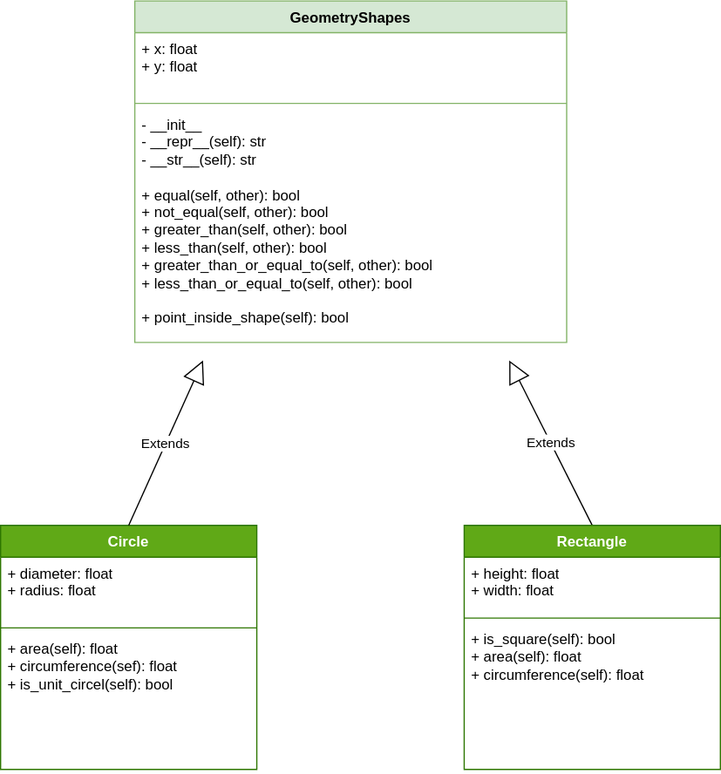
Above: Labs/Lab3/Doc/UML_lab_3.drawio.svg in DeerBay/Python-Julia-Sjoholm (draw.io), before the change. Source tidied: cells renumbered, new cells last; positions are measured from the earlier drawing's top-left corner, leaving out a move shared by most shapes.
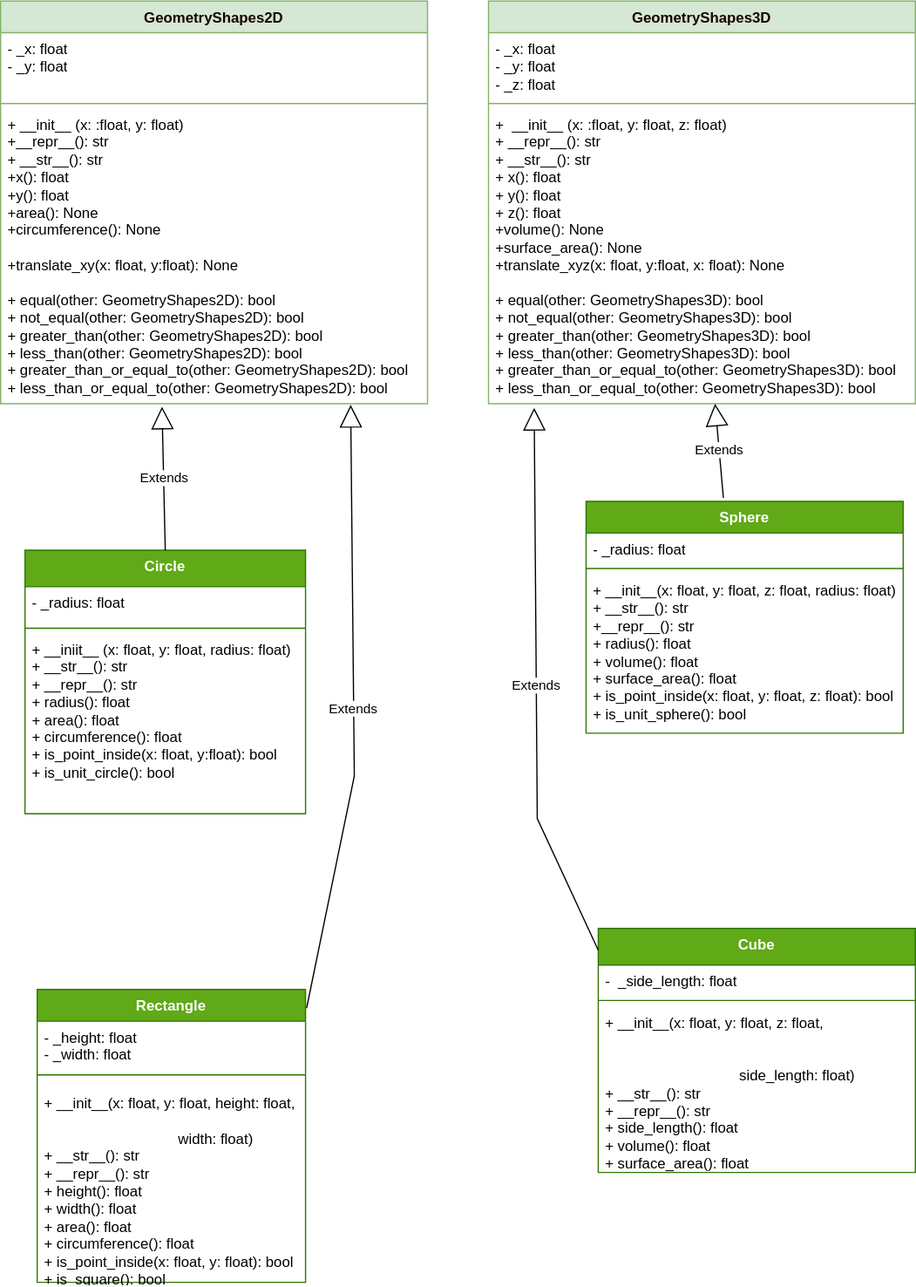
After the commit.

Commit message:
uppdate UML

What changed in the source:
```diff
@@ -2,47 +2,97 @@
   <root>
     <mxCell id="0" />
     <mxCell id="1" parent="0" />
-    <mxCell id="2" value="GeometryShapes" style="swimlane;fontStyle=1;align=center;verticalAlign=top;horizontal=1;startSize=26;whiteSpace=wrap;html=1;fillColor=#d5e8d4;strokeColor=#82b366;" parent="1" vertex="1">
-      <mxGeometry x="110" width="354" height="280" as="geometry" />
+    <mxCell id="2" value="&lt;font color=&quot;#180202&quot;&gt;GeometryShapes2D&lt;/font&gt;" style="swimlane;fontStyle=1;align=center;verticalAlign=top;horizontal=1;startSize=26;whiteSpace=wrap;html=1;fillColor=#d5e8d4;strokeColor=#82b366;" parent="1" vertex="1">
+      <mxGeometry x="-60" y="-10" width="350" height="330" as="geometry" />
     </mxCell>
-    <mxCell id="3" value="+ x: float&lt;br&gt;+ y: float&lt;br&gt;&lt;br&gt;-&amp;nbsp;" style="text;strokeColor=none;fillColor=none;align=left;verticalAlign=top;spacingLeft=4;spacingRight=4;overflow=hidden;whiteSpace=wrap;html=1;" parent="2" vertex="1">
-      <mxGeometry y="26" width="354" height="54" as="geometry" />
+    <mxCell id="3" value="- _x: float&lt;br&gt;- _y: float&lt;br&gt;&lt;br&gt;-&amp;nbsp;" style="text;strokeColor=none;fillColor=none;align=left;verticalAlign=top;spacingLeft=4;spacingRight=4;overflow=hidden;whiteSpace=wrap;html=1;" parent="2" vertex="1">
+      <mxGeometry y="26" width="350" height="54" as="geometry" />
     </mxCell>
     <mxCell id="4" style="line;strokeWidth=1;fillColor=none;align=left;verticalAlign=middle;spacingTop=-1;spacingLeft=3;spacingRight=3;labelPosition=right;strokeColor=inherit;" parent="2" vertex="1">
-      <mxGeometry y="80" width="354" height="8" as="geometry" />
+      <mxGeometry y="80" width="350" height="8" as="geometry" />
     </mxCell>
-    <mxCell id="5" value="- __init__&lt;br&gt;- __repr__(self): str&lt;br&gt;- __str__(self): str&lt;br&gt;&lt;br&gt;+ equal(self, other): bool&lt;br&gt;+ not_equal(self, other): bool&lt;br&gt;+ greater_than(self, other): bool&lt;br&gt;+ less_than(self, other): bool&lt;br&gt;+ greater_than_or_equal_to(self, other): bool&lt;br&gt;+ less_than_or_equal_to(self, other): bool&lt;br&gt;&lt;br&gt;+ point_inside_shape(self): bool" style="text;strokeColor=none;fillColor=none;align=left;verticalAlign=top;spacingLeft=4;spacingRight=4;overflow=hidden;points=[[0,0.5],[1,0.5]];portConstraint=eastwest;whiteSpace=wrap;html=1;" parent="2" vertex="1">
-      <mxGeometry y="88" width="354" height="192" as="geometry" />
+    <mxCell id="5" value="+ __init__ (x: :float, y: float)&lt;br&gt;+__repr__(): str&lt;br&gt;+ __str__(): str&lt;br&gt;+x(): float&lt;br&gt;+y(): float&lt;br&gt;+area(): None&lt;br&gt;+circumference(): None&lt;br&gt;&lt;br&gt;+translate_xy(x: float, y:float): None&amp;nbsp;&lt;br&gt;&lt;br&gt;+ equal(other: GeometryShapes2D): bool&lt;br&gt;+ not_equal(other: GeometryShapes2D): bool&lt;br&gt;+ greater_than(other: GeometryShapes2D): bool&lt;br&gt;+ less_than(other: GeometryShapes2D): bool&lt;br&gt;+ greater_than_or_equal_to(other: GeometryShapes2D): bool&lt;br&gt;+ less_than_or_equal_to(other: GeometryShapes2D): bool" style="text;strokeColor=none;fillColor=none;align=left;verticalAlign=top;spacingLeft=4;spacingRight=4;overflow=hidden;points=[[0,0.5],[1,0.5]];portConstraint=eastwest;whiteSpace=wrap;html=1;" parent="2" vertex="1">
+      <mxGeometry y="88" width="350" height="242" as="geometry" />
     </mxCell>
-    <mxCell id="6" value="Circle" style="swimlane;fontStyle=1;align=center;verticalAlign=top;horizontal=1;startSize=26;whiteSpace=wrap;html=1;fillColor=#60a917;strokeColor=#2D7600;fontColor=#ffffff;" parent="1" vertex="1">
-      <mxGeometry y="430" width="210" height="200" as="geometry" />
+    <mxCell id="6" value="Circle" style="swimlane;fontStyle=1;align=center;verticalAlign=top;horizontal=1;startSize=30;whiteSpace=wrap;html=1;fillColor=#60a917;strokeColor=#2D7600;fontColor=#ffffff;" parent="1" vertex="1">
+      <mxGeometry x="-40" y="440" width="230" height="216" as="geometry" />
     </mxCell>
-    <mxCell id="7" value="+ diameter: float&lt;br&gt;+ radius: float" style="text;strokeColor=none;fillColor=none;align=left;verticalAlign=top;spacingLeft=4;spacingRight=4;overflow=hidden;whiteSpace=wrap;html=1;" parent="6" vertex="1">
-      <mxGeometry y="26" width="210" height="54" as="geometry" />
+    <mxCell id="7" value="&amp;nbsp;- _radius: float" style="text;strokeColor=none;fillColor=none;align=left;verticalAlign=top;spacingLeft=4;spacingRight=4;overflow=hidden;whiteSpace=wrap;html=1;" parent="6" vertex="1">
+      <mxGeometry y="30" width="230" height="30" as="geometry" />
     </mxCell>
     <mxCell id="8" style="line;strokeWidth=1;fillColor=none;align=left;verticalAlign=middle;spacingTop=-1;spacingLeft=3;spacingRight=3;labelPosition=right;strokeColor=inherit;" parent="6" vertex="1">
-      <mxGeometry y="80" width="210" height="8" as="geometry" />
+      <mxGeometry y="60" width="230" height="8" as="geometry" />
     </mxCell>
-    <mxCell id="9" value="+ area(self): float&lt;br&gt;+&amp;nbsp;circumference(sef): float&lt;br&gt;+ is_unit_circel(self): bool" style="text;strokeColor=none;fillColor=none;align=left;verticalAlign=top;spacingLeft=4;spacingRight=4;overflow=hidden;whiteSpace=wrap;html=1;" parent="6" vertex="1">
-      <mxGeometry y="88" width="210" height="112" as="geometry" />
+    <mxCell id="9" value="+ __iniit__ (x: float, y: float, radius: float)&lt;br&gt;+ __str__(): str&lt;br&gt;+ __repr__(): str&lt;br&gt;+ radius(): float&lt;br&gt;+ area(): float&lt;br&gt;+ circumference(): float&lt;br&gt;+ is_point_inside(x: float, y:float): bool&lt;br&gt;+ is_unit_circle(): bool" style="text;strokeColor=none;fillColor=none;align=left;verticalAlign=top;spacingLeft=4;spacingRight=4;overflow=hidden;whiteSpace=wrap;html=1;" parent="6" vertex="1">
+      <mxGeometry y="68" width="230" height="148" as="geometry" />
     </mxCell>
-    <mxCell id="10" value="Extends" style="endArrow=block;endSize=16;endFill=0;html=1;rounded=0;exitX=0.5;exitY=0;exitDx=0;exitDy=0;entryX=0.158;entryY=1.077;entryDx=0;entryDy=0;entryPerimeter=0;" parent="1" edge="1" source="6" target="5">
-      <mxGeometry relative="1" as="geometry" />
-    </mxCell>
-    <mxCell id="11" value="Extends" style="endArrow=block;endSize=16;endFill=0;html=1;rounded=0;exitX=0.5;exitY=0;exitDx=0;exitDy=0;entryX=0.867;entryY=1.077;entryDx=0;entryDy=0;entryPerimeter=0;" parent="1" edge="1" source="12" target="5">
-      <mxGeometry relative="1" as="geometry" />
+    <mxCell id="11" value="Extends" style="endArrow=block;endSize=16;endFill=0;html=1;rounded=0;exitX=1.004;exitY=0.064;exitDx=0;exitDy=0;exitPerimeter=0;entryX=0.82;entryY=1.004;entryDx=0;entryDy=0;entryPerimeter=0;" parent="1" edge="1" source="12" target="5">
+      <mxGeometry relative="1" as="geometry">
+        <Array as="points">
+          <mxPoint x="230" y="625" />
+        </Array>
+      </mxGeometry>
     </mxCell>
     <mxCell id="12" value="Rectangle" style="swimlane;fontStyle=1;align=center;verticalAlign=top;horizontal=1;startSize=26;whiteSpace=wrap;html=1;fillColor=#60a917;strokeColor=#2D7600;fontColor=#ffffff;" parent="1" vertex="1">
-      <mxGeometry x="380" y="430" width="210" height="200" as="geometry" />
+      <mxGeometry x="-30" y="800" width="220" height="240" as="geometry" />
     </mxCell>
-    <mxCell id="13" value="+ height: float&lt;br&gt;+ width: float" style="text;strokeColor=none;fillColor=none;align=left;verticalAlign=top;spacingLeft=4;spacingRight=4;overflow=hidden;whiteSpace=wrap;html=1;" parent="12" vertex="1">
-      <mxGeometry y="26" width="210" height="46" as="geometry" />
+    <mxCell id="13" value="- _height: float&lt;br&gt;- _width: float" style="text;strokeColor=none;fillColor=none;align=left;verticalAlign=top;spacingLeft=4;spacingRight=4;overflow=hidden;whiteSpace=wrap;html=1;" parent="12" vertex="1">
+      <mxGeometry y="26" width="220" height="34" as="geometry" />
     </mxCell>
     <mxCell id="14" style="line;strokeWidth=1;fillColor=none;align=left;verticalAlign=middle;spacingTop=-1;spacingLeft=3;spacingRight=3;labelPosition=right;strokeColor=inherit;" parent="12" vertex="1">
-      <mxGeometry y="72" width="210" height="8" as="geometry" />
+      <mxGeometry y="60" width="220" height="20" as="geometry" />
     </mxCell>
-    <mxCell id="15" value="+ is_square(self): bool&lt;br&gt;+ area(self): float&lt;br style=&quot;border-color: var(--border-color);&quot;&gt;+&amp;nbsp;circumference(self): float" style="text;strokeColor=none;fillColor=none;align=left;verticalAlign=top;spacingLeft=4;spacingRight=4;overflow=hidden;whiteSpace=wrap;html=1;" parent="12" vertex="1">
-      <mxGeometry y="80" width="210" height="120" as="geometry" />
+    <mxCell id="15" value="+ __init__(x: float, y: float, height: float, &lt;span style=&quot;white-space: pre;&quot;&gt;&#9;&lt;/span&gt;&lt;span style=&quot;white-space: pre;&quot;&gt;&#9;&lt;/span&gt;width: float)&lt;br&gt;+ __str__(): str&lt;br&gt;+ __repr__(): str&lt;br&gt;+ height(): float&lt;br&gt;+ width(): float&lt;br&gt;+ area(): float&lt;br&gt;+ circumference(): float&lt;br&gt;+ is_point_inside(x: float, y: float): bool&lt;br&gt;+ is_square(): bool&lt;br&gt;" style="text;strokeColor=none;fillColor=none;align=left;verticalAlign=top;spacingLeft=4;spacingRight=4;overflow=hidden;whiteSpace=wrap;html=1;" parent="12" vertex="1">
+      <mxGeometry y="80" width="220" height="160" as="geometry" />
     </mxCell>
+    <mxCell id="16" value="&lt;font color=&quot;#180202&quot;&gt;GeometryShapes3D&lt;/font&gt;" style="swimlane;fontStyle=1;align=center;verticalAlign=top;horizontal=1;startSize=26;whiteSpace=wrap;html=1;fillColor=#d5e8d4;strokeColor=#82b366;" parent="1" vertex="1">
+      <mxGeometry x="340" y="-10" width="350" height="330" as="geometry" />
+    </mxCell>
+    <mxCell id="17" value="- _x: float&lt;br&gt;- _y: float&lt;br&gt;- _z: float&lt;br&gt;&lt;br&gt;-&amp;nbsp;" style="text;strokeColor=none;fillColor=none;align=left;verticalAlign=top;spacingLeft=4;spacingRight=4;overflow=hidden;whiteSpace=wrap;html=1;" parent="16" vertex="1">
+      <mxGeometry y="26" width="350" height="54" as="geometry" />
+    </mxCell>
+    <mxCell id="18" style="line;strokeWidth=1;fillColor=none;align=left;verticalAlign=middle;spacingTop=-1;spacingLeft=3;spacingRight=3;labelPosition=right;strokeColor=inherit;" parent="16" vertex="1">
+      <mxGeometry y="80" width="350" height="8" as="geometry" />
+    </mxCell>
+    <mxCell id="19" value="+&amp;nbsp; __init__ (x: :float, y: float, z: float)&lt;br&gt;+ __repr__(): str&lt;br&gt;+ __str__(): str&lt;br&gt;+ x(): float&lt;br&gt;+ y(): float&lt;br&gt;+ z(): float&lt;br&gt;+volume(): None&lt;br&gt;+surface_area(): None&lt;br&gt;+translate_xyz(x: float, y:float, x: float): None&amp;nbsp;&lt;br&gt;&lt;br&gt;+ equal(other: GeometryShapes3D): bool&lt;br&gt;+ not_equal(other: GeometryShapes3D): bool&lt;br&gt;+ greater_than(other: GeometryShapes3D): bool&lt;br&gt;+ less_than(other: GeometryShapes3D): bool&lt;br&gt;+ greater_than_or_equal_to(other: GeometryShapes3D): bool&lt;br&gt;+ less_than_or_equal_to(other: GeometryShapes3D): bool" style="text;strokeColor=none;fillColor=none;align=left;verticalAlign=top;spacingLeft=4;spacingRight=4;overflow=hidden;points=[[0,0.5],[1,0.5]];portConstraint=eastwest;whiteSpace=wrap;html=1;" parent="16" vertex="1">
+      <mxGeometry y="88" width="350" height="242" as="geometry" />
+    </mxCell>
+    <mxCell id="20" value="Sphere" style="swimlane;fontStyle=1;align=center;verticalAlign=top;horizontal=1;startSize=26;whiteSpace=wrap;html=1;fillColor=#60a917;strokeColor=#2D7600;fontColor=#ffffff;" parent="1" vertex="1">
+      <mxGeometry x="420" y="400" width="260" height="190" as="geometry" />
+    </mxCell>
+    <mxCell id="21" value="- _radius: float" style="text;strokeColor=none;fillColor=none;align=left;verticalAlign=top;spacingLeft=4;spacingRight=4;overflow=hidden;whiteSpace=wrap;html=1;" parent="20" vertex="1">
+      <mxGeometry y="26" width="260" height="24" as="geometry" />
+    </mxCell>
+    <mxCell id="22" style="line;strokeWidth=1;fillColor=none;align=left;verticalAlign=middle;spacingTop=-1;spacingLeft=3;spacingRight=3;labelPosition=right;strokeColor=inherit;" parent="20" vertex="1">
+      <mxGeometry y="50" width="260" height="10" as="geometry" />
+    </mxCell>
+    <mxCell id="23" value="+ __init__(x: float, y: float, z: float, radius: float)&lt;br&gt;+ __str__(): str&lt;br&gt;+__repr__(): str&lt;br&gt;+ radius(): float&lt;br&gt;+ volume(): float&lt;br&gt;+ surface_area(): float&lt;br&gt;+ is_point_inside(x: float, y: float, z: float): bool&lt;br&gt;+ is_unit_sphere(): bool" style="text;strokeColor=none;fillColor=none;align=left;verticalAlign=top;spacingLeft=4;spacingRight=4;overflow=hidden;whiteSpace=wrap;html=1;" parent="20" vertex="1">
+      <mxGeometry y="60" width="260" height="130" as="geometry" />
+    </mxCell>
+    <mxCell id="24" value="Extends" style="endArrow=block;endSize=16;endFill=0;html=1;rounded=0;exitX=0.433;exitY=-0.015;exitDx=0;exitDy=0;exitPerimeter=0;" parent="1" edge="1" source="20" target="19">
+      <mxGeometry relative="1" as="geometry" />
+    </mxCell>
+    <mxCell id="10" value="Extends" style="endArrow=block;endSize=16;endFill=0;html=1;rounded=0;exitX=0.5;exitY=0;exitDx=0;exitDy=0;entryX=0.378;entryY=1.01;entryDx=0;entryDy=0;entryPerimeter=0;" parent="1" edge="1" source="6" target="5">
+      <mxGeometry relative="1" as="geometry" />
+    </mxCell>
+    <mxCell id="25" value="Cube" style="swimlane;fontStyle=1;align=center;verticalAlign=top;horizontal=1;startSize=30;whiteSpace=wrap;html=1;fillColor=#60a917;strokeColor=#2D7600;fontColor=#ffffff;" parent="1" vertex="1">
+      <mxGeometry x="430" y="750" width="260" height="200" as="geometry" />
+    </mxCell>
+    <mxCell id="26" value="-&amp;nbsp; _side_length: float" style="text;strokeColor=none;fillColor=none;align=left;verticalAlign=top;spacingLeft=4;spacingRight=4;overflow=hidden;whiteSpace=wrap;html=1;" parent="25" vertex="1">
+      <mxGeometry y="30" width="260" height="24" as="geometry" />
+    </mxCell>
+    <mxCell id="27" style="line;strokeWidth=1;fillColor=none;align=left;verticalAlign=middle;spacingTop=-1;spacingLeft=3;spacingRight=3;labelPosition=right;strokeColor=inherit;" parent="25" vertex="1">
+      <mxGeometry y="54" width="260" height="10" as="geometry" />
+    </mxCell>
+    <mxCell id="28" value="+ __init__(x: float, y: float, z: float, &lt;br&gt;&lt;span style=&quot;white-space: pre;&quot;&gt;&#9;&lt;/span&gt;&lt;span style=&quot;white-space: pre;&quot;&gt;&#9;&lt;/span&gt;side_length: float)&lt;br&gt;+ __str__(): str&lt;br&gt;+ __repr__(): str&lt;br&gt;+ side_length(): float&lt;br&gt;+ volume(): float&lt;br&gt;+ surface_area(): float&lt;br&gt;+is_point_inside(x: float, y: float, z: float): bool" style="text;strokeColor=none;fillColor=none;align=left;verticalAlign=top;spacingLeft=4;spacingRight=4;overflow=hidden;whiteSpace=wrap;html=1;" parent="25" vertex="1">
+      <mxGeometry y="64" width="260" height="136" as="geometry" />
+    </mxCell>
+    <mxCell id="29" value="Extends" style="endArrow=block;endSize=16;endFill=0;html=1;rounded=0;exitX=0;exitY=0.089;exitDx=0;exitDy=0;exitPerimeter=0;entryX=0.107;entryY=1.014;entryDx=0;entryDy=0;entryPerimeter=0;" parent="1" edge="1" source="25" target="19">
+      <mxGeometry relative="1" as="geometry">
+        <Array as="points">
+          <mxPoint x="380" y="660" />
+        </Array>
+      </mxGeometry>
+    </mxCell>
   </root>
 </mxGraphModel>
```
